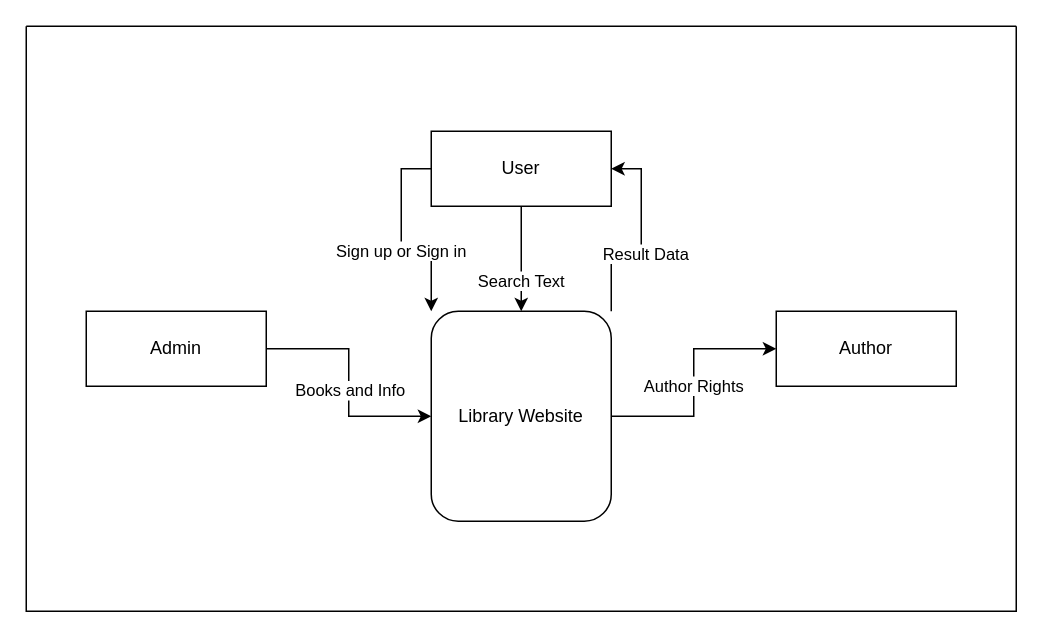
Before: Library DFD.drawio in Ezzalarab/C-Sharp-HW, a draw.io diagram. Source tidied: cells renumbered, new cells numbered last; positions are measured from the earlier drawing's top-left corner, leaving out a move shared by most shapes. Both pictures are drawn from the tidied source at 150%, with x=0, y=0 at pixel (26, 26).
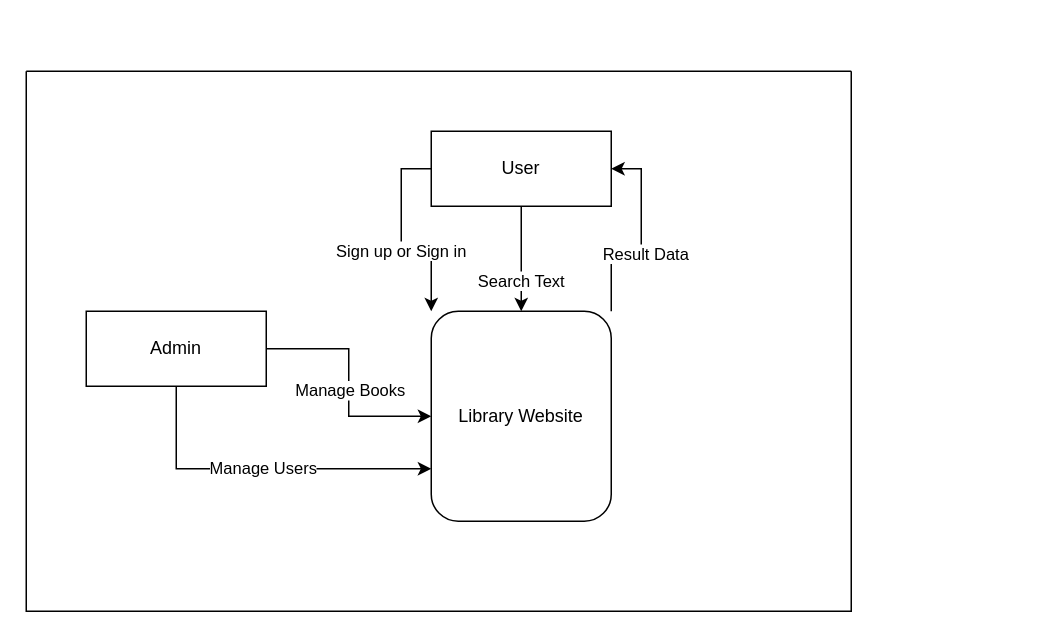
Above is the later version.

What changed in the source:
```diff
@@
 <mxGraphModel>
   <root>
     <mxCell id="0" />
     <mxCell id="1" parent="0" />
     <mxCell id="2" value="Search Text" style="edgeStyle=orthogonalEdgeStyle;rounded=0;jettySize=auto;html=1;" parent="1" edge="1" source="4" target="13">
       <mxGeometry x="0.43" relative="1" as="geometry" />
     </mxCell>
     <mxCell id="3" value="Sign up or Sign in" style="edgeStyle=orthogonalEdgeStyle;rounded=0;jettySize=auto;html=1;exitX=0;exitY=0.5;exitDx=0;exitDy=0;entryX=0;entryY=0;entryDx=0;entryDy=0;" parent="1" edge="1" source="4" target="13">
       <mxGeometry x="0.11" relative="1" as="geometry" />
     </mxCell>
     <mxCell id="4" value="User" style="rounded=0;whiteSpace=wrap;html=1;" parent="1" vertex="1">
       <mxGeometry x="270" y="70" width="120" height="50" as="geometry" />
     </mxCell>
     <mxCell id="5" style="edgeStyle=orthogonalEdgeStyle;rounded=0;jettySize=auto;html=1;" parent="1" edge="1" source="7" target="13">
       <mxGeometry relative="1" as="geometry" />
     </mxCell>
-    <mxCell id="6" value="Books and Info" style="edgeLabel;html=1;align=center;verticalAlign=middle;" parent="5" vertex="1">
+    <mxCell id="6" value="Manage Books" style="edgeLabel;html=1;align=center;verticalAlign=middle;" parent="5" vertex="1">
       <mxGeometry x="-0.22" relative="1" as="geometry">
         <mxPoint y="22" as="offset" />
       </mxGeometry>
     </mxCell>
+    <mxCell id="15" value="Manage Users" style="edgeStyle=orthogonalEdgeStyle;rounded=0;jettySize=auto;html=1;exitX=0.5;exitY=1;exitDx=0;exitDy=0;entryX=0;entryY=0.75;entryDx=0;entryDy=0;" parent="1" edge="1" source="7" target="13">
+      <mxGeometry relative="1" as="geometry" />
+    </mxCell>
     <mxCell id="7" value="Admin" style="rounded=0;whiteSpace=wrap;html=1;" parent="1" vertex="1">
       <mxGeometry x="40" y="190" width="120" height="50" as="geometry" />
     </mxCell>
-    <mxCell id="8" style="edgeStyle=orthogonalEdgeStyle;rounded=0;jettySize=auto;html=1;entryX=0;entryY=0.5;entryDx=0;entryDy=0;" parent="1" edge="1" source="13" target="10">
-      <mxGeometry relative="1" as="geometry" />
-    </mxCell>
-    <mxCell id="9" value="Author Rights" style="edgeLabel;html=1;align=center;verticalAlign=middle;" parent="8" vertex="1">
-      <mxGeometry x="-0.23" y="1" relative="1" as="geometry">
-        <mxPoint y="-16" as="offset" />
-      </mxGeometry>
-    </mxCell>
-    <mxCell id="10" value="Author" style="rounded=0;whiteSpace=wrap;html=1;" parent="1" vertex="1">
-      <mxGeometry x="500" y="190" width="120" height="50" as="geometry" />
-    </mxCell>
     <mxCell id="11" style="edgeStyle=orthogonalEdgeStyle;rounded=0;jettySize=auto;html=1;exitX=1;exitY=0;exitDx=0;exitDy=0;entryX=1;entryY=0.5;entryDx=0;entryDy=0;" parent="1" edge="1" source="13" target="4">
       <mxGeometry relative="1" as="geometry" />
     </mxCell>
     <mxCell id="12" value="Result Data" style="edgeLabel;html=1;align=center;verticalAlign=middle;" parent="11" vertex="1">
       <mxGeometry x="-0.13" y="-2" relative="1" as="geometry" />
     </mxCell>
     <mxCell id="13" value="Library Website" style="rounded=1;whiteSpace=wrap;html=1;" parent="1" vertex="1">
       <mxGeometry x="270" y="190" width="120" height="140" as="geometry" />
     </mxCell>
     <mxCell id="14" style="swimlane;startSize=0;" parent="1" vertex="1">
-      <mxGeometry width="660" height="390" as="geometry" />
+      <mxGeometry y="30" width="550" height="360" as="geometry" />
     </mxCell>
   </root>
 </mxGraphModel>
```
